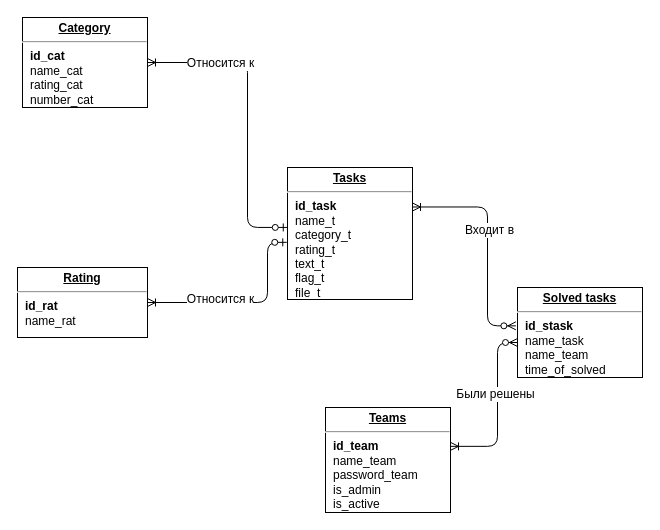
This is BD.drawio from PolMarzia/diplom, a draw.io file, before an edit. Source tidied: cells renumbered, new cells numbered last; positions are measured from the earlier drawing's top-left corner, leaving out a move shared by most shapes. Both pictures are drawn from the tidied source at 100%, with x=0, y=0 at pixel (17, 17).
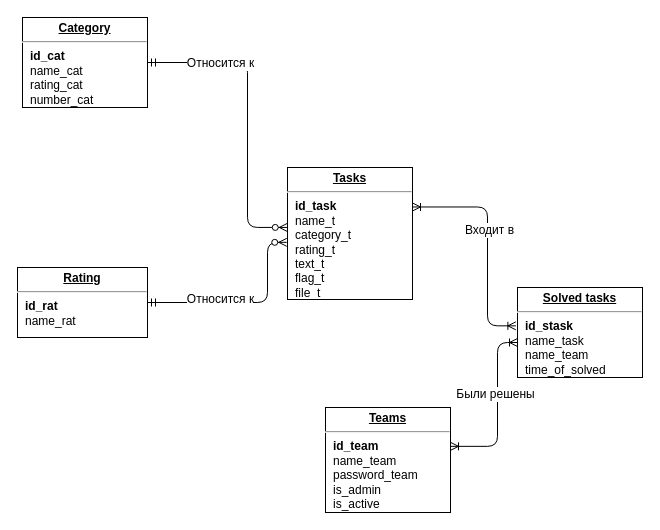
The same diagram, later.

Unchanged cells that the change refers to:
```xml
<mxCell id="2" value="&lt;p style=&quot;margin: 0px ; margin-top: 4px ; text-align: center ; text-decoration: underline&quot;&gt;&lt;b&gt;Category&lt;/b&gt;&lt;/p&gt;&lt;hr&gt;&lt;p style=&quot;margin: 0px ; margin-left: 8px&quot;&gt;&lt;b&gt;id_cat&lt;/b&gt;&lt;/p&gt;&lt;p style=&quot;margin: 0px ; margin-left: 8px&quot;&gt;name_cat&lt;/p&gt;&lt;p style=&quot;margin: 0px ; margin-left: 8px&quot;&gt;rating_cat&lt;/p&gt;&lt;p style=&quot;margin: 0px ; margin-left: 8px&quot;&gt;number_cat&lt;/p&gt;" style="verticalAlign=top;align=left;overflow=fill;fontSize=12;fontFamily=Helvetica;html=1;" parent="1" vertex="1">
  <mxGeometry x="5" width="125" height="90" as="geometry" />
</mxCell>
<mxCell id="3" value="&lt;p style=&quot;margin: 0px ; margin-top: 4px ; text-align: center ; text-decoration: underline&quot;&gt;&lt;b&gt;Rating&lt;/b&gt;&lt;/p&gt;&lt;hr&gt;&lt;p style=&quot;margin: 0px ; margin-left: 8px&quot;&gt;&lt;b&gt;id_rat&lt;/b&gt;&lt;/p&gt;&lt;p style=&quot;margin: 0px ; margin-left: 8px&quot;&gt;name_rat&lt;/p&gt;" style="verticalAlign=top;align=left;overflow=fill;fontSize=12;fontFamily=Helvetica;html=1;" parent="1" vertex="1">
  <mxGeometry y="250" width="130" height="70" as="geometry" />
</mxCell>
<mxCell id="6" value="&lt;p style=&quot;margin: 0px ; margin-top: 4px ; text-align: center ; text-decoration: underline&quot;&gt;&lt;b&gt;Tasks&lt;/b&gt;&lt;/p&gt;&lt;hr&gt;&lt;p style=&quot;margin: 0px ; margin-left: 8px&quot;&gt;&lt;b&gt;id_task&lt;/b&gt;&lt;/p&gt;&lt;p style=&quot;margin: 0px ; margin-left: 8px&quot;&gt;name_t&lt;/p&gt;&lt;p style=&quot;margin: 0px ; margin-left: 8px&quot;&gt;category_t&lt;/p&gt;&lt;p style=&quot;margin: 0px ; margin-left: 8px&quot;&gt;rating_t&lt;/p&gt;&lt;p style=&quot;margin: 0px ; margin-left: 8px&quot;&gt;text_t&lt;/p&gt;&lt;p style=&quot;margin: 0px ; margin-left: 8px&quot;&gt;flag_t&lt;/p&gt;&lt;p style=&quot;margin: 0px ; margin-left: 8px&quot;&gt;file_t&lt;/p&gt;" style="verticalAlign=top;align=left;overflow=fill;fontSize=12;fontFamily=Helvetica;html=1;" parent="1" vertex="1">
  <mxGeometry x="270" y="150" width="125" height="132" as="geometry" />
</mxCell>
<mxCell id="9" value="&lt;p style=&quot;margin: 0px ; margin-top: 4px ; text-align: center ; text-decoration: underline&quot;&gt;&lt;b&gt;Solved tasks&lt;/b&gt;&lt;/p&gt;&lt;hr&gt;&lt;p style=&quot;margin: 0px ; margin-left: 8px&quot;&gt;&lt;b&gt;id_stask&lt;/b&gt;&lt;/p&gt;&lt;p style=&quot;margin: 0px ; margin-left: 8px&quot;&gt;name_task&lt;/p&gt;&lt;p style=&quot;margin: 0px ; margin-left: 8px&quot;&gt;nаme_team&lt;/p&gt;&lt;p style=&quot;margin: 0px ; margin-left: 8px&quot;&gt;time_of_solved&lt;/p&gt;" style="verticalAlign=top;align=left;overflow=fill;fontSize=12;fontFamily=Helvetica;html=1;" parent="1" vertex="1">
  <mxGeometry x="500" y="270" width="125" height="90" as="geometry" />
</mxCell>
<mxCell id="10" value="&lt;p style=&quot;margin: 0px ; margin-top: 4px ; text-align: center ; text-decoration: underline&quot;&gt;&lt;b&gt;Teams&lt;/b&gt;&lt;/p&gt;&lt;hr&gt;&lt;p style=&quot;margin: 0px ; margin-left: 8px&quot;&gt;&lt;b&gt;id_team&lt;/b&gt;&lt;/p&gt;&lt;p style=&quot;margin: 0px ; margin-left: 8px&quot;&gt;name_team&lt;/p&gt;&lt;p style=&quot;margin: 0px ; margin-left: 8px&quot;&gt;&lt;span&gt;password_team&lt;/span&gt;&lt;/p&gt;&lt;p style=&quot;margin: 0px ; margin-left: 8px&quot;&gt;&lt;span&gt;is_admin&lt;/span&gt;&lt;/p&gt;&lt;p style=&quot;margin: 0px ; margin-left: 8px&quot;&gt;&lt;span&gt;is_active&lt;/span&gt;&lt;/p&gt;" style="verticalAlign=top;align=left;overflow=fill;fontSize=12;fontFamily=Helvetica;html=1;" parent="1" vertex="1">
  <mxGeometry x="308" y="390" width="125" height="105" as="geometry" />
</mxCell>
```

Diff of the diagram source:
```diff
@@
-    <mxCell id="4" style="edgeStyle=elbowEdgeStyle;fontSize=12;html=1;endArrow=ERoneToMany;startArrow=ERzeroToOne;exitX=-0.006;exitY=0.567;exitDx=0;exitDy=0;exitPerimeter=0;startFill=1;" parent="1" edge="1" source="6" target="3">
+    <mxCell id="4" style="edgeStyle=elbowEdgeStyle;fontSize=12;html=1;endArrow=ERmandOne;startArrow=ERzeroToMany;exitX=-0.006;exitY=0.567;exitDx=0;exitDy=0;exitPerimeter=0;startFill=1;endFill=0;" parent="1" edge="1" source="6" target="3">
       <mxGeometry relative="1" as="geometry">
         <Array as="points">
           <mxPoint x="250" y="230" />
         </Array>
       </mxGeometry>
     </mxCell>
@@
-    <mxCell id="7" style="edgeStyle=elbowEdgeStyle;fontSize=12;html=1;endArrow=ERoneToMany;startArrow=ERzeroToOne;rounded=1;exitX=-0.002;exitY=0.454;exitDx=0;exitDy=0;exitPerimeter=0;startFill=1;" parent="1" edge="1" source="6" target="2">
+    <mxCell id="7" style="edgeStyle=elbowEdgeStyle;fontSize=12;html=1;endArrow=ERmandOne;startArrow=ERzeroToMany;rounded=1;exitX=-0.002;exitY=0.454;exitDx=0;exitDy=0;exitPerimeter=0;startFill=1;endFill=0;" parent="1" edge="1" source="6" target="2">
       <mxGeometry relative="1" as="geometry">
         <Array as="points">
           <mxPoint x="230" y="250" />
           <mxPoint x="250" y="150" />
           <mxPoint x="260" y="250" />
           <mxPoint x="250" y="140" />
           <mxPoint x="260" y="220" />
           <mxPoint x="250" y="160" />
           <mxPoint x="260" y="210" />
           <mxPoint x="240" y="200" />
           <mxPoint x="240" y="200" />
           <mxPoint x="200" y="120" />
         </Array>
       </mxGeometry>
     </mxCell>
@@
-    <mxCell id="11" style="edgeStyle=elbowEdgeStyle;fontSize=12;html=1;endArrow=ERoneToMany;startArrow=ERzeroToMany;entryX=1;entryY=0.299;entryDx=0;entryDy=0;entryPerimeter=0;exitX=-0.013;exitY=0.426;exitDx=0;exitDy=0;exitPerimeter=0;" parent="1" edge="1" source="9" target="6">
+    <mxCell id="11" style="edgeStyle=elbowEdgeStyle;fontSize=12;html=1;endArrow=ERoneToMany;startArrow=ERoneToMany;entryX=1;entryY=0.299;entryDx=0;entryDy=0;entryPerimeter=0;exitX=-0.013;exitY=0.426;exitDx=0;exitDy=0;exitPerimeter=0;startFill=0;" parent="1" edge="1" source="9" target="6">
       <mxGeometry relative="1" as="geometry">
         <Array as="points">
           <mxPoint x="470" y="330" />
         </Array>
       </mxGeometry>
     </mxCell>
@@
-    <mxCell id="13" style="edgeStyle=elbowEdgeStyle;fontSize=12;html=1;endArrow=ERoneToMany;startArrow=ERzeroToMany;entryX=1;entryY=0.37;entryDx=0;entryDy=0;entryPerimeter=0;exitX=0;exitY=0.611;exitDx=0;exitDy=0;exitPerimeter=0;" parent="1" edge="1" source="9" target="10">
+    <mxCell id="13" style="edgeStyle=elbowEdgeStyle;fontSize=12;html=1;endArrow=ERoneToMany;startArrow=ERoneToMany;entryX=1;entryY=0.37;entryDx=0;entryDy=0;entryPerimeter=0;exitX=0;exitY=0.611;exitDx=0;exitDy=0;exitPerimeter=0;startFill=0;" parent="1" edge="1" source="9" target="10">
       <mxGeometry relative="1" as="geometry">
         <Array as="points">
           <mxPoint x="480" y="340" />
         </Array>
       </mxGeometry>
     </mxCell>
```
